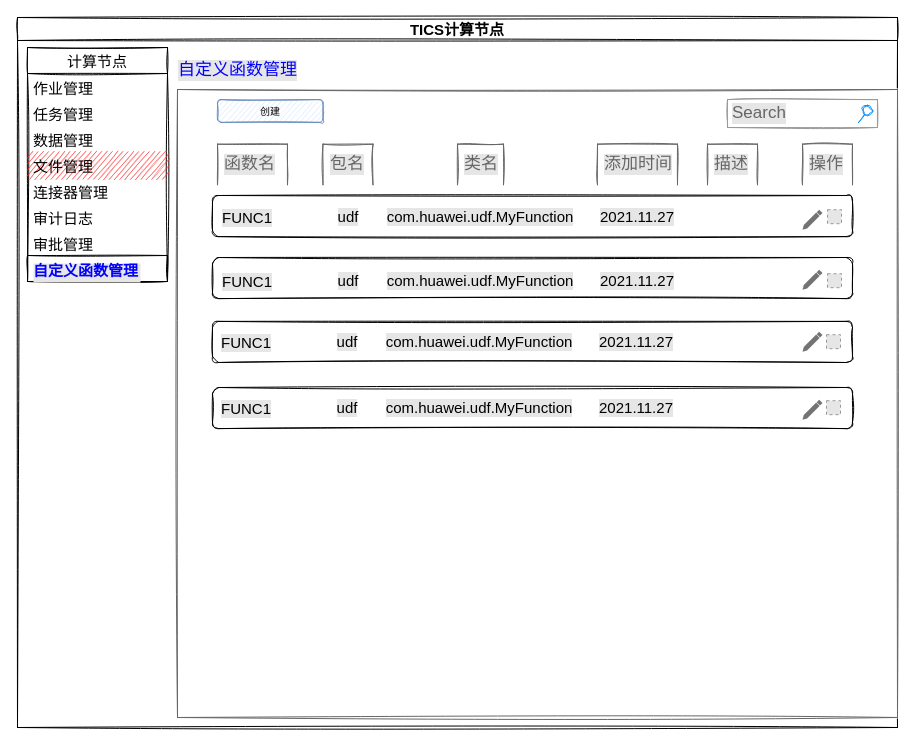
The draw.io diagram page "第 2 页" (2 of 2) of UDF界面原型.drawio in XyHalcyon/pictures, before the edit. Source tidied: cells renumbered, new cells numbered last; positions are measured from the earlier drawing's top-left corner, leaving out a move shared by most shapes. Both pictures are drawn from the tidied source at 100%, with x=0, y=0 at pixel (17, 17). Pictures stored in the file or linked from it are replaced by grey dashed boxes.
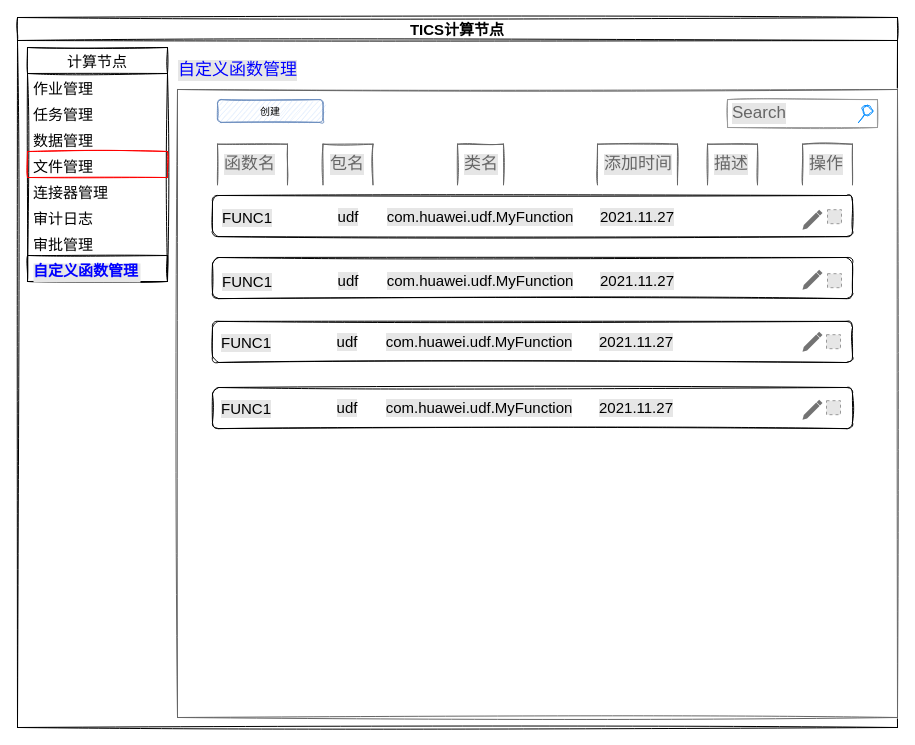
Above is the later version.

Unchanged cells that the change refers to:
```xml
<mxCell id="3" value="计算节点" style="swimlane;fontStyle=0;horizontal=1;startSize=26;fillColor=none;labelBackgroundColor=none;comic=0;sketch=1;fontSize=15;fontColor=#000000;" parent="2" vertex="1">
  <mxGeometry x="10" y="30" width="140" height="234" as="geometry" />
</mxCell>
```

Change to the diagram source:
```diff
@@
-    <mxCell id="7" value="文件管理" style="text;strokeColor=none;fillColor=#FF3333;align=left;verticalAlign=top;spacingLeft=4;spacingRight=4;overflow=hidden;labelBackgroundColor=none;comic=0;sketch=1;fontSize=15;fontColor=#000000;" parent="3" vertex="1">
+    <mxCell id="7" value="文件管理" style="text;strokeColor=#FF0000;fillColor=none;align=left;verticalAlign=top;spacingLeft=4;spacingRight=4;overflow=hidden;labelBackgroundColor=none;comic=0;sketch=1;fontSize=15;fontColor=#000000;" parent="3" vertex="1">
       <mxGeometry y="104" width="140" height="26" as="geometry" />
     </mxCell>
```
